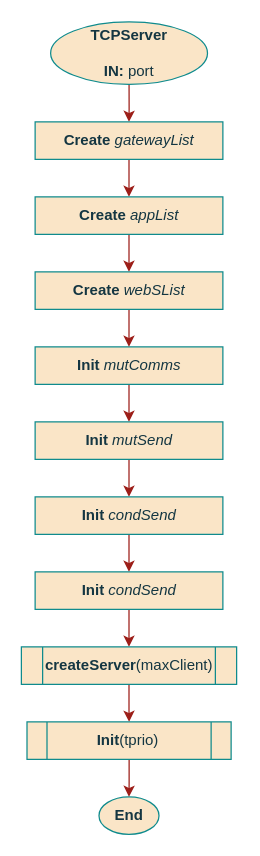
This is page "Cons_Server" (5 of 14) of documentation/flowcharts/RS/RS.drawio from ESRGgroup9/slipad, a draw.io file, before an edit. Source tidied: cells renumbered, new cells numbered last; positions are measured from the earlier drawing's top-left corner, leaving out a move shared by most shapes. Both pictures are drawn from the tidied source at 125%, with x=0, y=0 at pixel (21, 21).
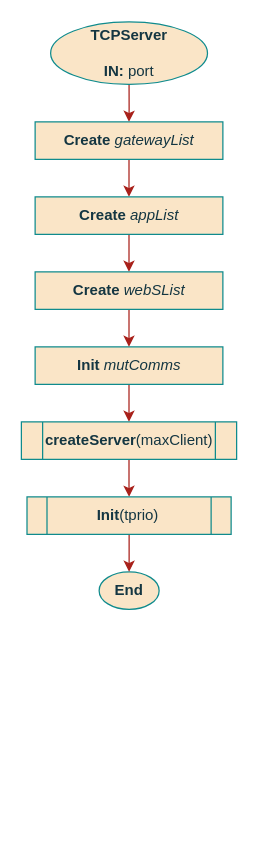
After the change.

The change refers to these unchanged cells:
```xml
<mxCell id="3" value="&lt;div&gt;TCPServer&lt;br&gt;&lt;/div&gt;&lt;div&gt;&lt;br&gt;&lt;/div&gt;IN: &lt;span style=&quot;font-weight: normal&quot;&gt;port&lt;br&gt;&lt;/span&gt;" style="ellipse;whiteSpace=wrap;html=1;fillColor=#FAE5C7;strokeColor=#0F8B8D;fontColor=#143642;fontStyle=1;" parent="1" vertex="1">
  <mxGeometry x="23" width="125.5" height="50" as="geometry" />
</mxCell>
<mxCell id="6" value="&lt;div&gt;&lt;b&gt;Init &lt;/b&gt;&lt;i&gt;mutComms&lt;/i&gt;&lt;/div&gt;" style="rounded=0;whiteSpace=wrap;html=1;sketch=0;fontColor=#143642;strokeColor=#0F8B8D;fillColor=#FAE5C7;" parent="1" vertex="1">
  <mxGeometry x="10.6" y="260" width="150.2" height="30" as="geometry" />
</mxCell>
<mxCell id="8" value="&lt;div&gt;&lt;b&gt;Create&lt;/b&gt;&lt;i&gt;&lt;b&gt; &lt;/b&gt;gatewayList&lt;br&gt;&lt;/i&gt;&lt;/div&gt;" style="rounded=0;whiteSpace=wrap;html=1;sketch=0;fontColor=#143642;strokeColor=#0F8B8D;fillColor=#FAE5C7;" parent="1" vertex="1">
  <mxGeometry x="10.6" y="80" width="150.2" height="30" as="geometry" />
</mxCell>
<mxCell id="10" value="&lt;div&gt;&lt;b&gt;Create&lt;/b&gt;&lt;i&gt;&lt;b&gt; &lt;/b&gt;appList&lt;br&gt;&lt;/i&gt;&lt;/div&gt;" style="rounded=0;whiteSpace=wrap;html=1;sketch=0;fontColor=#143642;strokeColor=#0F8B8D;fillColor=#FAE5C7;" parent="1" vertex="1">
  <mxGeometry x="10.6" y="140" width="150.2" height="30" as="geometry" />
</mxCell>
<mxCell id="12" value="&lt;div&gt;&lt;b&gt;Create&lt;/b&gt;&lt;i&gt;&lt;b&gt; &lt;/b&gt;webSList&lt;br&gt;&lt;/i&gt;&lt;/div&gt;" style="rounded=0;whiteSpace=wrap;html=1;sketch=0;fontColor=#143642;strokeColor=#0F8B8D;fillColor=#FAE5C7;" parent="1" vertex="1">
  <mxGeometry x="10.6" y="200" width="150.2" height="30" as="geometry" />
</mxCell>
```

Change to the diagram source:
```diff
@@
-    <mxCell id="2" style="edgeStyle=orthogonalEdgeStyle;rounded=0;jettySize=auto;html=1;strokeColor=#9C1E18;" parent="1" edge="1" source="3" target="8">
+    <mxCell id="2" style="edgeStyle=orthogonalEdgeStyle;rounded=0;jettySize=auto;html=1;strokeColor=#A8201A;labelBackgroundColor=#DAD2D8;fontColor=#143642;" parent="1" edge="1" source="3" target="8">
       <mxGeometry relative="1" as="geometry" />
     </mxCell>
@@
-    <mxCell id="4" value="End" style="ellipse;whiteSpace=wrap;html=1;fillColor=#FAE5C7;strokeColor=#0F8B8D;fontColor=#143642;fontStyle=1;" parent="1" vertex="1">
-      <mxGeometry x="61.7" y="620" width="48" height="30" as="geometry" />
-    </mxCell>
-    <mxCell id="5" style="edgeStyle=orthogonalEdgeStyle;rounded=0;jettySize=auto;html=1;exitX=0.5;exitY=1;exitDx=0;exitDy=0;strokeColor=#9C1E18;" parent="1" edge="1" source="6" target="14">
+    <mxCell id="5" style="edgeStyle=orthogonalEdgeStyle;rounded=0;jettySize=auto;html=1;exitX=0.5;exitY=1;exitDx=0;exitDy=0;strokeColor=#A8201A;labelBackgroundColor=#DAD2D8;fontColor=#143642;" parent="1" edge="1" source="6" target="20">
       <mxGeometry relative="1" as="geometry" />
     </mxCell>
@@
-    <mxCell id="7" style="edgeStyle=orthogonalEdgeStyle;rounded=0;jettySize=auto;html=1;exitX=0.5;exitY=1;exitDx=0;exitDy=0;entryX=0.5;entryY=0;entryDx=0;entryDy=0;strokeColor=#9C1E18;" parent="1" edge="1" source="8" target="10">
+    <mxCell id="7" style="edgeStyle=orthogonalEdgeStyle;rounded=0;jettySize=auto;html=1;exitX=0.5;exitY=1;exitDx=0;exitDy=0;entryX=0.5;entryY=0;entryDx=0;entryDy=0;strokeColor=#A8201A;labelBackgroundColor=#DAD2D8;fontColor=#143642;" parent="1" edge="1" source="8" target="10">
       <mxGeometry relative="1" as="geometry" />
     </mxCell>
@@
-    <mxCell id="9" style="edgeStyle=orthogonalEdgeStyle;rounded=0;jettySize=auto;html=1;exitX=0.5;exitY=1;exitDx=0;exitDy=0;entryX=0.5;entryY=0;entryDx=0;entryDy=0;strokeColor=#9C1E18;" parent="1" edge="1" source="10" target="12">
+    <mxCell id="9" style="edgeStyle=orthogonalEdgeStyle;rounded=0;jettySize=auto;html=1;exitX=0.5;exitY=1;exitDx=0;exitDy=0;entryX=0.5;entryY=0;entryDx=0;entryDy=0;strokeColor=#A8201A;labelBackgroundColor=#DAD2D8;fontColor=#143642;" parent="1" edge="1" source="10" target="12">
       <mxGeometry relative="1" as="geometry" />
     </mxCell>
@@
-    <mxCell id="11" style="edgeStyle=orthogonalEdgeStyle;rounded=0;jettySize=auto;html=1;exitX=0.5;exitY=1;exitDx=0;exitDy=0;entryX=0.5;entryY=0;entryDx=0;entryDy=0;strokeColor=#9C1E18;" parent="1" edge="1" source="12" target="6">
+    <mxCell id="11" style="edgeStyle=orthogonalEdgeStyle;rounded=0;jettySize=auto;html=1;exitX=0.5;exitY=1;exitDx=0;exitDy=0;entryX=0.5;entryY=0;entryDx=0;entryDy=0;strokeColor=#A8201A;labelBackgroundColor=#DAD2D8;fontColor=#143642;" parent="1" edge="1" source="12" target="6">
       <mxGeometry relative="1" as="geometry" />
     </mxCell>
@@
-    <mxCell id="13" style="edgeStyle=orthogonalEdgeStyle;rounded=0;jettySize=auto;html=1;exitX=0.5;exitY=1;exitDx=0;exitDy=0;strokeColor=#9C1E18;" parent="1" edge="1" source="14" target="16">
-      <mxGeometry relative="1" as="geometry" />
-    </mxCell>
-    <mxCell id="14" value="&lt;div&gt;&lt;b&gt;Init &lt;/b&gt;&lt;i&gt;mutSend&lt;/i&gt;&lt;/div&gt;" style="rounded=0;whiteSpace=wrap;html=1;sketch=0;fontColor=#143642;strokeColor=#0F8B8D;fillColor=#FAE5C7;" parent="1" vertex="1">
-      <mxGeometry x="10.6" y="320" width="150.2" height="30" as="geometry" />
-    </mxCell>
-    <mxCell id="15" style="edgeStyle=orthogonalEdgeStyle;rounded=0;jettySize=auto;html=1;strokeColor=#9C1E18;" parent="1" edge="1" source="16" target="18">
-      <mxGeometry relative="1" as="geometry" />
-    </mxCell>
-    <mxCell id="16" value="&lt;div&gt;&lt;b&gt;Init &lt;/b&gt;&lt;i&gt;condSend&lt;/i&gt;&lt;/div&gt;" style="rounded=0;whiteSpace=wrap;html=1;sketch=0;fontColor=#143642;strokeColor=#0F8B8D;fillColor=#FAE5C7;" parent="1" vertex="1">
-      <mxGeometry x="10.6" y="380" width="150.2" height="30" as="geometry" />
-    </mxCell>
-    <mxCell id="17" style="edgeStyle=orthogonalEdgeStyle;rounded=0;jettySize=auto;html=1;strokeColor=#9C1E18;" parent="1" edge="1" source="18" target="20">
-      <mxGeometry relative="1" as="geometry" />
-    </mxCell>
-    <mxCell id="18" value="&lt;div&gt;&lt;b&gt;Init &lt;/b&gt;&lt;i&gt;condSend&lt;/i&gt;&lt;/div&gt;" style="rounded=0;whiteSpace=wrap;html=1;sketch=0;fontColor=#143642;strokeColor=#0F8B8D;fillColor=#FAE5C7;" parent="1" vertex="1">
-      <mxGeometry x="10.6" y="440" width="150.2" height="30" as="geometry" />
-    </mxCell>
+    <mxCell id="4" value="End" style="ellipse;whiteSpace=wrap;html=1;fillColor=#FAE5C7;strokeColor=#0F8B8D;fontColor=#143642;fontStyle=1;" parent="1" vertex="1">
+      <mxGeometry x="61.8" y="440" width="48" height="30" as="geometry" />
+    </mxCell>
+    <mxCell id="23" style="edgeStyle=orthogonalEdgeStyle;rounded=0;orthogonalLoop=1;jettySize=auto;html=1;strokeColor=#A8201A;labelBackgroundColor=#DAD2D8;fontColor=#143642;" parent="1" edge="1">
+      <mxGeometry relative="1" as="geometry">
+        <mxPoint x="389.2" y="140" as="targetPoint" />
+      </mxGeometry>
+    </mxCell>
-    <mxCell id="19" style="edgeStyle=orthogonalEdgeStyle;rounded=0;jettySize=auto;html=1;strokeColor=#9C1E18;" parent="1" edge="1" source="20" target="22">
+    <mxCell id="19" style="edgeStyle=orthogonalEdgeStyle;rounded=0;jettySize=auto;html=1;strokeColor=#A8201A;labelBackgroundColor=#DAD2D8;fontColor=#143642;" parent="1" edge="1" source="20" target="22">
       <mxGeometry relative="1" as="geometry" />
     </mxCell>
     <mxCell id="20" value="createServer&lt;span style=&quot;font-weight: normal&quot;&gt;(maxClient)&lt;/span&gt;" style="shape=process;whiteSpace=wrap;html=1;backgroundOutline=1;rounded=0;sketch=0;fontColor=#143642;strokeColor=#0F8B8D;fillColor=#FAE5C7;fontStyle=1;" parent="1" vertex="1">
-      <mxGeometry x="-0.4" y="500" width="172.2" height="30" as="geometry" />
+      <mxGeometry x="-0.4" y="320" width="172.2" height="30" as="geometry" />
     </mxCell>
-    <mxCell id="21" style="edgeStyle=orthogonalEdgeStyle;rounded=0;jettySize=auto;html=1;strokeColor=#9C1E18;" parent="1" edge="1" source="22" target="4">
+    <mxCell id="21" style="edgeStyle=orthogonalEdgeStyle;rounded=0;jettySize=auto;html=1;strokeColor=#A8201A;labelBackgroundColor=#DAD2D8;fontColor=#143642;" parent="1" edge="1" source="22" target="4">
       <mxGeometry relative="1" as="geometry" />
     </mxCell>
     <mxCell id="22" value="Init&lt;span style=&quot;font-weight: normal&quot;&gt;(tprio)&lt;/span&gt;" style="shape=process;whiteSpace=wrap;html=1;backgroundOutline=1;rounded=0;sketch=0;fontColor=#143642;strokeColor=#0F8B8D;fillColor=#FAE5C7;fontStyle=1;" parent="1" vertex="1">
-      <mxGeometry x="4.1" y="560" width="163.3" height="30" as="geometry" />
+      <mxGeometry x="4.1" y="380" width="163.3" height="30" as="geometry" />
     </mxCell>
```
